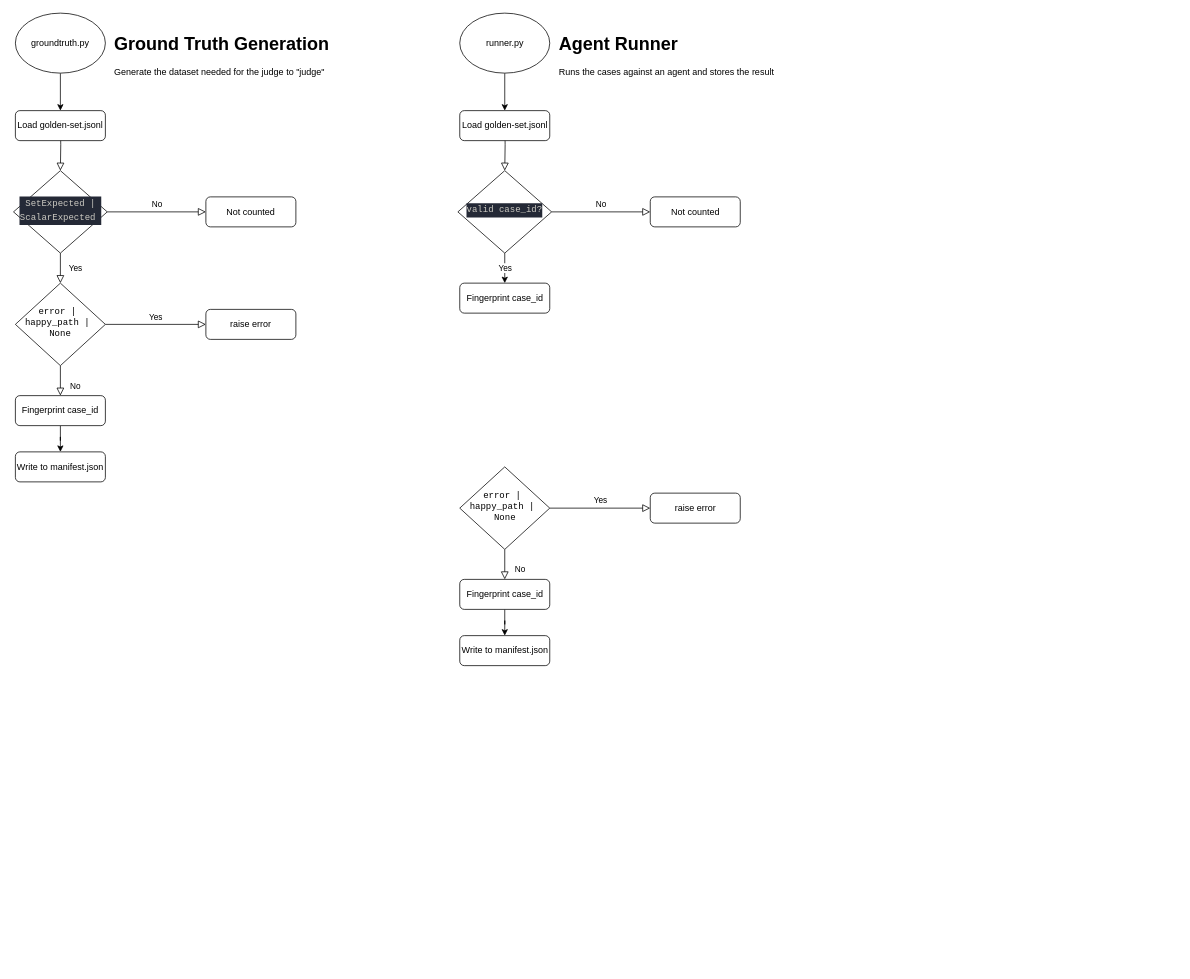
jacKlinc/openbeta-mcp keeps this draw.io diagram as evals/docs/diagrams/Harness.drawio. Above is the earlier version. Source tidied: cells renumbered, new cells numbered last; positions are measured from the earlier drawing's top-left corner, leaving out a move shared by most shapes. Both pictures are drawn from the tidied source at 75%, with x=0, y=0 at pixel (14, 13).
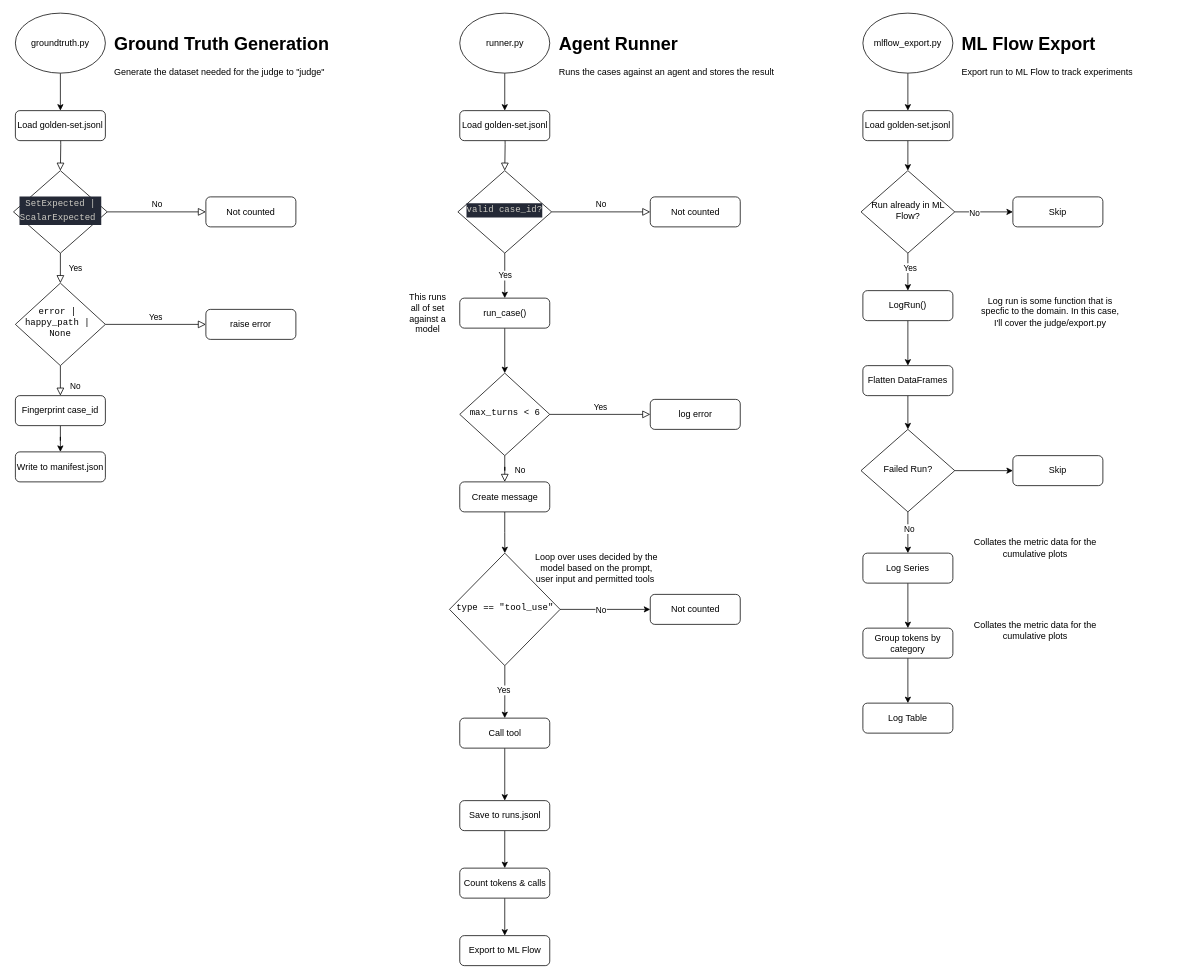
Above is the later version.

Commit message (it also covers changes not shown here):
Added runner and ML Flow export diagram

Change to the diagram source:
```diff
@@
-    <mxCell id="25" value="&lt;pre&gt;error |&amp;nbsp;&lt;br&gt;happy_path | &lt;br&gt;None&lt;/pre&gt;" style="rhombus;whiteSpace=wrap;html=1;shadow=0;fontFamily=Helvetica;fontSize=12;align=center;strokeWidth=1;spacing=6;spacingTop=-4;" parent="1" vertex="1">
-      <mxGeometry x="594.5" y="605" width="120" height="110" as="geometry" />
+    <mxCell id="25" value="&lt;pre&gt;max_turns &amp;lt; 6&lt;/pre&gt;" style="rhombus;whiteSpace=wrap;html=1;shadow=0;fontFamily=Helvetica;fontSize=12;align=center;strokeWidth=1;spacing=6;spacingTop=-4;" parent="1" vertex="1">
+      <mxGeometry x="594.5" y="480" width="120" height="110" as="geometry" />
     </mxCell>
-    <mxCell id="26" style="edgeStyle=orthogonalEdgeStyle;rounded=0;jettySize=auto;html=1;" parent="1" edge="1" source="27" target="32">
+    <mxCell id="26" style="edgeStyle=orthogonalEdgeStyle;rounded=0;jettySize=auto;html=1;" parent="1" edge="1" source="27" target="41">
       <mxGeometry relative="1" as="geometry" />
     </mxCell>
-    <mxCell id="27" value="Fingerprint case_id" style="rounded=1;whiteSpace=wrap;html=1;fontSize=12;glass=0;strokeWidth=1;shadow=0;" parent="1" vertex="1">
-      <mxGeometry x="594.5" y="755" width="120" height="40" as="geometry" />
+    <mxCell id="27" value="Create message" style="rounded=1;whiteSpace=wrap;html=1;fontSize=12;glass=0;strokeWidth=1;shadow=0;" parent="1" vertex="1">
+      <mxGeometry x="594.5" y="625" width="120" height="40" as="geometry" />
     </mxCell>
-    <mxCell id="28" value="raise error" style="rounded=1;whiteSpace=wrap;html=1;fontSize=12;glass=0;strokeWidth=1;shadow=0;" parent="1" vertex="1">
-      <mxGeometry x="848.5" y="640" width="120" height="40" as="geometry" />
+    <mxCell id="28" value="log error" style="rounded=1;whiteSpace=wrap;html=1;fontSize=12;glass=0;strokeWidth=1;shadow=0;" parent="1" vertex="1">
+      <mxGeometry x="848.5" y="515" width="120" height="40" as="geometry" />
     </mxCell>
@@
-    <mxCell id="32" value="Write to manifest.json" style="rounded=1;whiteSpace=wrap;html=1;fontSize=12;glass=0;strokeWidth=1;shadow=0;" parent="1" vertex="1">
-      <mxGeometry x="594.5" y="830" width="120" height="40" as="geometry" />
-    </mxCell>
@@
+    <mxCell id="35" style="edgeStyle=orthogonalEdgeStyle;rounded=0;jettySize=auto;html=1;" parent="1" edge="1" source="34" target="25">
+      <mxGeometry relative="1" as="geometry" />
+    </mxCell>
-    <mxCell id="34" value="Fingerprint case_id" style="rounded=1;whiteSpace=wrap;html=1;fontSize=12;glass=0;strokeWidth=1;shadow=0;" parent="1" vertex="1">
-      <mxGeometry x="594.5" y="360" width="120" height="40" as="geometry" />
+    <mxCell id="34" value="run_case()" style="rounded=1;whiteSpace=wrap;html=1;fontSize=12;glass=0;strokeWidth=1;shadow=0;" parent="1" vertex="1">
+      <mxGeometry x="594.5" y="380" width="120" height="40" as="geometry" />
     </mxCell>
+    <mxCell id="36" value="This runs all of set against a model" style="text;html=1;whiteSpace=wrap;strokeColor=none;fillColor=none;align=center;verticalAlign=middle;rounded=0;" parent="1" vertex="1">
+      <mxGeometry x="522" y="385" width="60" height="30" as="geometry" />
+    </mxCell>
+    <mxCell id="37" style="edgeStyle=orthogonalEdgeStyle;rounded=0;jettySize=auto;html=1;entryX=0;entryY=0.5;entryDx=0;entryDy=0;" parent="1" edge="1" source="41" target="42">
+      <mxGeometry relative="1" as="geometry" />
+    </mxCell>
+    <mxCell id="38" value="No" style="edgeLabel;html=1;align=center;verticalAlign=middle;" parent="37" vertex="1">
+      <mxGeometry x="0.35" relative="1" as="geometry">
+        <mxPoint x="-27" as="offset" />
+      </mxGeometry>
+    </mxCell>
+    <mxCell id="39" style="edgeStyle=orthogonalEdgeStyle;rounded=0;jettySize=auto;html=1;entryX=0.5;entryY=0;entryDx=0;entryDy=0;" parent="1" edge="1" source="41" target="44">
+      <mxGeometry relative="1" as="geometry" />
+    </mxCell>
+    <mxCell id="40" value="Yes" style="edgeLabel;html=1;align=center;verticalAlign=middle;" parent="39" vertex="1">
+      <mxGeometry x="-0.06" y="-2" relative="1" as="geometry" />
+    </mxCell>
+    <mxCell id="41" value="&lt;pre&gt;type == &quot;tool_use&quot;&lt;/pre&gt;" style="rhombus;whiteSpace=wrap;html=1;shadow=0;fontFamily=Helvetica;fontSize=12;align=center;strokeWidth=1;spacing=6;spacingTop=-4;" parent="1" vertex="1">
+      <mxGeometry x="580.8" y="720" width="147.5" height="150" as="geometry" />
+    </mxCell>
+    <mxCell id="42" value="Not counted" style="rounded=1;whiteSpace=wrap;html=1;fontSize=12;glass=0;strokeWidth=1;shadow=0;" parent="1" vertex="1">
+      <mxGeometry x="848.5" y="775" width="120" height="40" as="geometry" />
+    </mxCell>
+    <mxCell id="43" style="edgeStyle=orthogonalEdgeStyle;rounded=0;jettySize=auto;html=1;" parent="1" edge="1" source="44" target="47">
+      <mxGeometry relative="1" as="geometry" />
+    </mxCell>
+    <mxCell id="44" value="Call tool" style="rounded=1;whiteSpace=wrap;html=1;fontSize=12;glass=0;strokeWidth=1;shadow=0;" parent="1" vertex="1">
+      <mxGeometry x="594.5" y="940" width="120" height="40" as="geometry" />
+    </mxCell>
+    <mxCell id="45" value="Loop over uses decided by the model based on the prompt, user input and permitted tools&amp;nbsp;" style="text;html=1;whiteSpace=wrap;strokeColor=none;fillColor=none;align=center;verticalAlign=middle;rounded=0;" parent="1" vertex="1">
+      <mxGeometry x="692" y="720" width="170" height="40" as="geometry" />
+    </mxCell>
+    <mxCell id="46" style="edgeStyle=orthogonalEdgeStyle;rounded=0;jettySize=auto;html=1;" parent="1" edge="1" source="47" target="49">
+      <mxGeometry relative="1" as="geometry" />
+    </mxCell>
+    <mxCell id="47" value="Save to runs.jsonl" style="rounded=1;whiteSpace=wrap;html=1;fontSize=12;glass=0;strokeWidth=1;shadow=0;" parent="1" vertex="1">
+      <mxGeometry x="594.5" y="1050" width="120" height="40" as="geometry" />
+    </mxCell>
+    <mxCell id="48" style="edgeStyle=orthogonalEdgeStyle;rounded=0;jettySize=auto;html=1;" parent="1" edge="1" source="49" target="50">
+      <mxGeometry relative="1" as="geometry" />
+    </mxCell>
+    <mxCell id="49" value="Count tokens &amp;amp; calls" style="rounded=1;whiteSpace=wrap;html=1;fontSize=12;glass=0;strokeWidth=1;shadow=0;" parent="1" vertex="1">
+      <mxGeometry x="594.5" y="1140" width="120" height="40" as="geometry" />
+    </mxCell>
+    <mxCell id="50" value="Export to ML Flow" style="rounded=1;whiteSpace=wrap;html=1;fontSize=12;glass=0;strokeWidth=1;shadow=0;" parent="1" vertex="1">
+      <mxGeometry x="594.5" y="1230" width="120" height="40" as="geometry" />
+    </mxCell>
+    <mxCell id="51" style="edgeStyle=orthogonalEdgeStyle;rounded=0;jettySize=auto;html=1;" parent="1" edge="1" source="52" target="60">
+      <mxGeometry relative="1" as="geometry" />
+    </mxCell>
+    <mxCell id="52" value="mlflow_export.py" style="ellipse;whiteSpace=wrap;html=1;" parent="1" vertex="1">
+      <mxGeometry x="1132" width="120" height="80" as="geometry" />
+    </mxCell>
+    <mxCell id="53" value="&lt;h1 style=&quot;margin-top: 0px;&quot;&gt;ML Flow Export&lt;/h1&gt;&lt;p&gt;Export run to ML Flow to track experiments&lt;/p&gt;" style="text;html=1;whiteSpace=wrap;overflow=hidden;rounded=0;" parent="1" vertex="1">
+      <mxGeometry x="1262" y="20" width="290" height="120" as="geometry" />
+    </mxCell>
+    <mxCell id="54" style="edgeStyle=orthogonalEdgeStyle;rounded=0;jettySize=auto;html=1;" parent="1" edge="1" source="58" target="61">
+      <mxGeometry relative="1" as="geometry" />
+    </mxCell>
+    <mxCell id="55" value="No" style="edgeLabel;html=1;align=center;verticalAlign=middle;" parent="54" vertex="1">
+      <mxGeometry x="-0.32" y="-1" relative="1" as="geometry" />
+    </mxCell>
+    <mxCell id="56" style="edgeStyle=orthogonalEdgeStyle;rounded=0;jettySize=auto;html=1;" parent="1" edge="1" source="58" target="63">
+      <mxGeometry relative="1" as="geometry" />
+    </mxCell>
+    <mxCell id="57" value="Yes" style="edgeLabel;html=1;align=center;verticalAlign=middle;" parent="56" vertex="1">
+      <mxGeometry x="-0.23" y="2" relative="1" as="geometry" />
+    </mxCell>
+    <mxCell id="58" value="Run already in ML Flow?" style="rhombus;whiteSpace=wrap;html=1;shadow=0;fontFamily=Helvetica;fontSize=12;align=center;strokeWidth=1;spacing=6;spacingTop=-4;" parent="1" vertex="1">
+      <mxGeometry x="1129.5" y="210" width="125" height="110" as="geometry" />
+    </mxCell>
+    <mxCell id="59" style="edgeStyle=orthogonalEdgeStyle;rounded=0;jettySize=auto;html=1;" parent="1" edge="1" source="60" target="58">
+      <mxGeometry relative="1" as="geometry" />
+    </mxCell>
+    <mxCell id="60" value="Load golden-set.jsonl" style="rounded=1;whiteSpace=wrap;html=1;fontSize=12;glass=0;strokeWidth=1;shadow=0;" parent="1" vertex="1">
+      <mxGeometry x="1132" y="130" width="120" height="40" as="geometry" />
+    </mxCell>
+    <mxCell id="61" value="Skip" style="rounded=1;whiteSpace=wrap;html=1;fontSize=12;glass=0;strokeWidth=1;shadow=0;" parent="1" vertex="1">
+      <mxGeometry x="1332" y="245" width="120" height="40" as="geometry" />
+    </mxCell>
+    <mxCell id="62" style="edgeStyle=orthogonalEdgeStyle;rounded=0;jettySize=auto;html=1;" parent="1" edge="1" source="63" target="66">
+      <mxGeometry relative="1" as="geometry" />
+    </mxCell>
+    <mxCell id="63" value="LogRun()" style="rounded=1;whiteSpace=wrap;html=1;fontSize=12;glass=0;strokeWidth=1;shadow=0;" parent="1" vertex="1">
+      <mxGeometry x="1132" y="370" width="120" height="40" as="geometry" />
+    </mxCell>
+    <mxCell id="64" value="Log run is some function that is specfic to the domain. In this case, I'll cover the judge/export.py" style="text;html=1;whiteSpace=wrap;strokeColor=none;fillColor=none;align=center;verticalAlign=middle;rounded=0;" parent="1" vertex="1">
+      <mxGeometry x="1282" y="375" width="200" height="45" as="geometry" />
+    </mxCell>
+    <mxCell id="65" style="edgeStyle=orthogonalEdgeStyle;rounded=0;jettySize=auto;html=1;" parent="1" edge="1" source="66" target="70">
+      <mxGeometry relative="1" as="geometry" />
+    </mxCell>
+    <mxCell id="66" value="Flatten DataFrames" style="rounded=1;whiteSpace=wrap;html=1;fontSize=12;glass=0;strokeWidth=1;shadow=0;" parent="1" vertex="1">
+      <mxGeometry x="1132" y="470" width="120" height="40" as="geometry" />
+    </mxCell>
+    <mxCell id="67" style="edgeStyle=orthogonalEdgeStyle;rounded=0;jettySize=auto;html=1;" parent="1" edge="1" source="70" target="72">
+      <mxGeometry relative="1" as="geometry" />
+    </mxCell>
+    <mxCell id="68" value="No" style="edgeLabel;html=1;align=center;verticalAlign=middle;" parent="67" vertex="1">
+      <mxGeometry x="-0.19" y="1" relative="1" as="geometry" />
+    </mxCell>
+    <mxCell id="69" style="edgeStyle=orthogonalEdgeStyle;rounded=0;jettySize=auto;html=1;" parent="1" edge="1" source="70" target="77">
+      <mxGeometry relative="1" as="geometry" />
+    </mxCell>
+    <mxCell id="70" value="Failed Run?" style="rhombus;whiteSpace=wrap;html=1;shadow=0;fontFamily=Helvetica;fontSize=12;align=center;strokeWidth=1;spacing=6;spacingTop=-4;" parent="1" vertex="1">
+      <mxGeometry x="1129.5" y="555" width="125" height="110" as="geometry" />
+    </mxCell>
+    <mxCell id="71" style="edgeStyle=orthogonalEdgeStyle;rounded=0;jettySize=auto;html=1;" parent="1" edge="1" source="72" target="75">
+      <mxGeometry relative="1" as="geometry" />
+    </mxCell>
+    <mxCell id="72" value="Log Series" style="rounded=1;whiteSpace=wrap;html=1;fontSize=12;glass=0;strokeWidth=1;shadow=0;" parent="1" vertex="1">
+      <mxGeometry x="1132" y="720" width="120" height="40" as="geometry" />
+    </mxCell>
+    <mxCell id="73" value="Collates the metric&amp;nbsp;data for the cumulative plots" style="text;html=1;whiteSpace=wrap;strokeColor=none;fillColor=none;align=center;verticalAlign=middle;rounded=0;" parent="1" vertex="1">
+      <mxGeometry x="1262" y="690" width="200" height="45" as="geometry" />
+    </mxCell>
+    <mxCell id="74" style="edgeStyle=orthogonalEdgeStyle;rounded=0;jettySize=auto;html=1;" parent="1" edge="1" source="75" target="76">
+      <mxGeometry relative="1" as="geometry" />
+    </mxCell>
+    <mxCell id="75" value="Group tokens by category" style="rounded=1;whiteSpace=wrap;html=1;fontSize=12;glass=0;strokeWidth=1;shadow=0;" parent="1" vertex="1">
+      <mxGeometry x="1132" y="820" width="120" height="40" as="geometry" />
+    </mxCell>
+    <mxCell id="76" value="Log Table" style="rounded=1;whiteSpace=wrap;html=1;fontSize=12;glass=0;strokeWidth=1;shadow=0;" parent="1" vertex="1">
+      <mxGeometry x="1132" y="920" width="120" height="40" as="geometry" />
+    </mxCell>
+    <mxCell id="77" value="Skip" style="rounded=1;whiteSpace=wrap;html=1;fontSize=12;glass=0;strokeWidth=1;shadow=0;" parent="1" vertex="1">
+      <mxGeometry x="1332" y="590" width="120" height="40" as="geometry" />
+    </mxCell>
+    <mxCell id="78" value="Collates the metric&amp;nbsp;data for the cumulative plots" style="text;html=1;whiteSpace=wrap;strokeColor=none;fillColor=none;align=center;verticalAlign=middle;rounded=0;" parent="1" vertex="1">
+      <mxGeometry x="1262" y="800" width="200" height="45" as="geometry" />
+    </mxCell>
```
